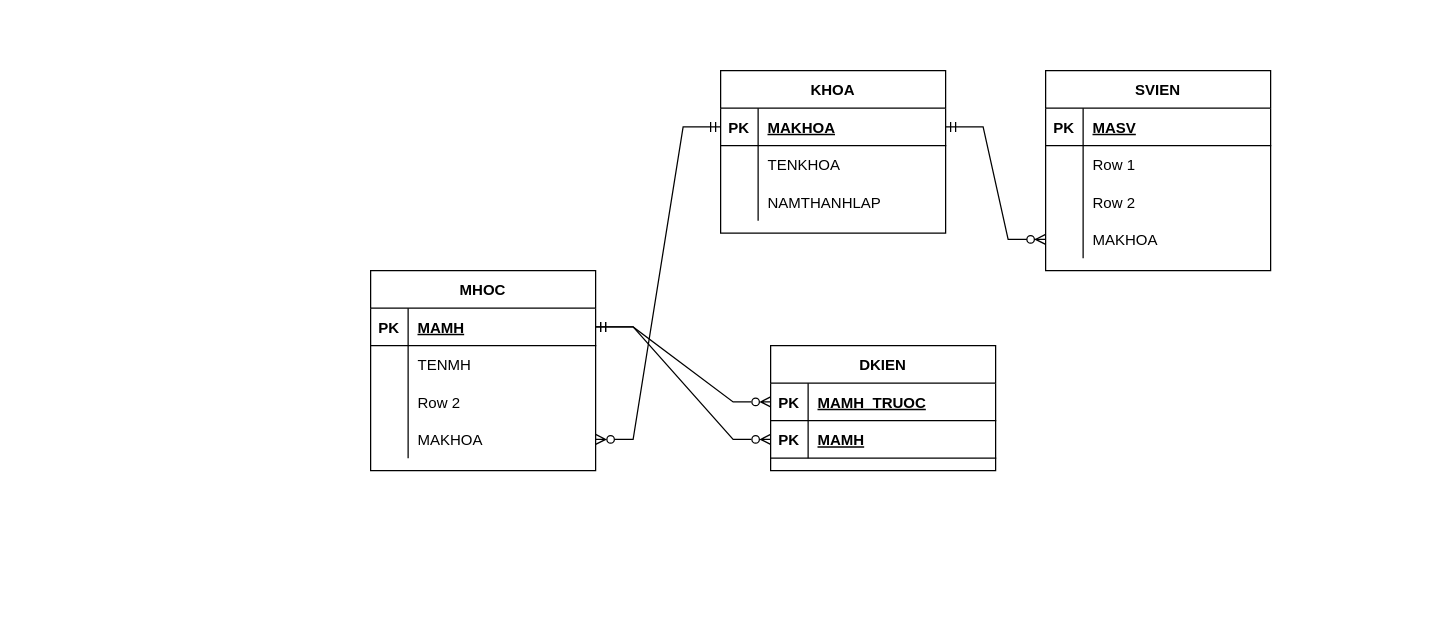
Above: Quản Lý Sinh VIên/QuanLySinhVien.drawio in TaQuangKhoi/He-quan-tri-Co-so-du-lieu (draw.io), before the change. Source tidied: cells renumbered, new cells numbered last; positions are measured from the earlier drawing's top-left corner, leaving out a move shared by most shapes. Both pictures are drawn from the tidied source at 125%, with x=0, y=0 at pixel (370, 70).
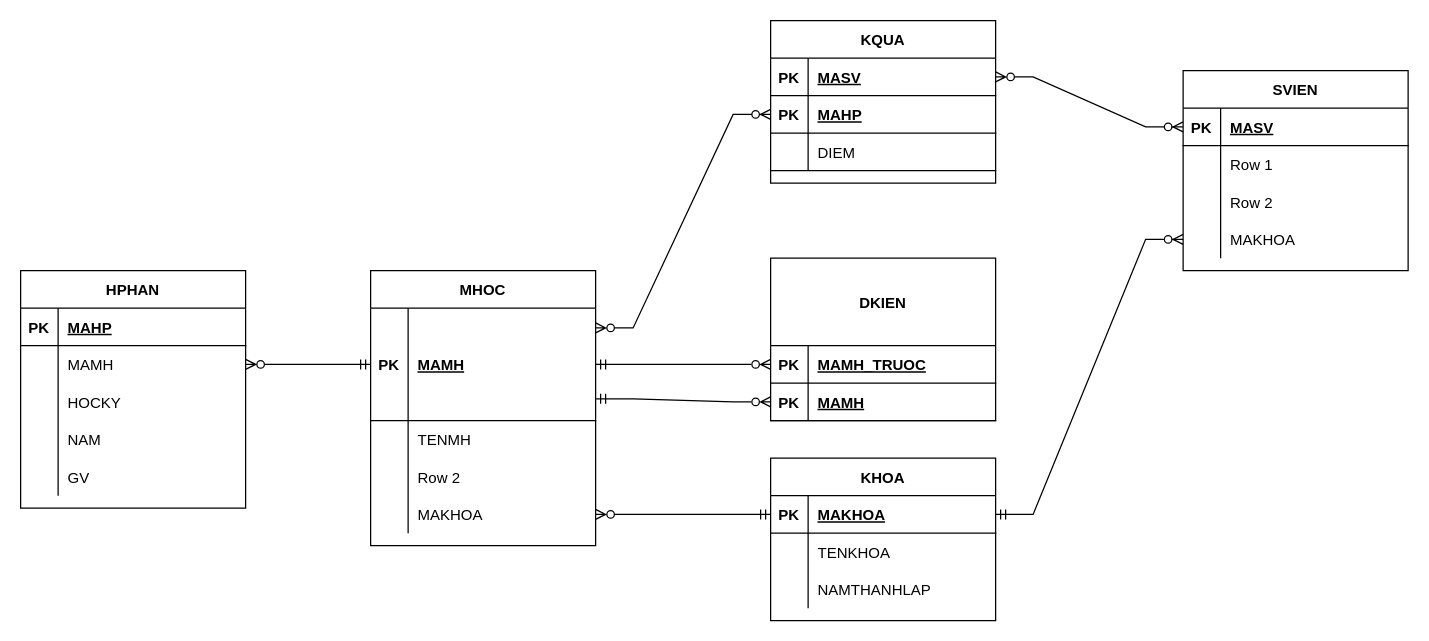
The same page after the edit.

Commit message:
Xong Diagram

The change refers to these unchanged cells:
```xml
<mxCell id="13" style="shape=tableRow;horizontal=0;startSize=0;swimlaneHead=0;swimlaneBody=0;fillColor=none;points=[[0,0.5],[1,0.5]];portConstraint=eastwest;top=0;left=0;right=0;bottom=1;" parent="12" vertex="1">
  <mxGeometry y="30" width="180" height="30" as="geometry" />
</mxCell>
```

Change to the diagram source:
```diff
@@
     <mxCell id="2" value="KHOA" style="shape=table;startSize=30;childLayout=tableLayout;rowLines=0;fontStyle=1;align=center;" parent="1" vertex="1">
-      <mxGeometry x="280" width="180" height="130" as="geometry" />
+      <mxGeometry x="320" y="310" width="180" height="130" as="geometry" />
     </mxCell>
@@
     <mxCell id="12" value="SVIEN" style="shape=table;startSize=30;childLayout=tableLayout;rowLines=0;fontStyle=1;align=center;" parent="1" vertex="1">
-      <mxGeometry x="540" width="180" height="160" as="geometry" />
+      <mxGeometry x="650" width="180" height="160" as="geometry" />
     </mxCell>
@@
     <mxCell id="26" value="MHOC" style="shape=table;startSize=30;childLayout=tableLayout;rowLines=0;fontStyle=1;align=center;" parent="1" vertex="1">
-      <mxGeometry y="160" width="180" height="160" as="geometry" />
+      <mxGeometry y="160" width="180" height="220" as="geometry" />
     </mxCell>
     <mxCell id="27" style="shape=tableRow;horizontal=0;startSize=0;swimlaneHead=0;swimlaneBody=0;fillColor=none;points=[[0,0.5],[1,0.5]];portConstraint=eastwest;top=0;left=0;right=0;bottom=1;" parent="26" vertex="1">
-      <mxGeometry y="30" width="180" height="30" as="geometry" />
+      <mxGeometry y="30" width="180" height="90" as="geometry" />
     </mxCell>
     <mxCell id="28" value="PK" style="shape=partialRectangle;fillColor=none;top=0;left=0;bottom=0;right=0;fontStyle=1;overflow=hidden;" parent="27" vertex="1">
-      <mxGeometry width="30" height="30" as="geometry" />
+      <mxGeometry width="30" height="90" as="geometry" />
     </mxCell>
     <mxCell id="29" value="MAMH" style="shape=partialRectangle;fillColor=none;top=0;left=0;bottom=0;right=0;align=left;spacingLeft=6;fontStyle=5;overflow=hidden;" parent="27" vertex="1">
-      <mxGeometry x="30" width="150" height="30" as="geometry" />
+      <mxGeometry x="30" width="150" height="90" as="geometry" />
     </mxCell>
     <mxCell id="30" style="shape=tableRow;horizontal=0;startSize=0;swimlaneHead=0;swimlaneBody=0;fillColor=none;top=0;left=0;right=0;bottom=0;" parent="26" vertex="1">
-      <mxGeometry y="60" width="180" height="30" as="geometry" />
+      <mxGeometry y="120" width="180" height="30" as="geometry" />
     </mxCell>
@@
     <mxCell id="33" style="shape=tableRow;horizontal=0;startSize=0;swimlaneHead=0;swimlaneBody=0;fillColor=none;top=0;left=0;right=0;bottom=0;" parent="26" vertex="1">
-      <mxGeometry y="90" width="180" height="30" as="geometry" />
+      <mxGeometry y="150" width="180" height="30" as="geometry" />
     </mxCell>
@@
     <mxCell id="36" style="shape=tableRow;horizontal=0;startSize=0;swimlaneHead=0;swimlaneBody=0;fillColor=none;points=[[0,0.5],[1,0.5]];portConstraint=eastwest;top=0;left=0;right=0;bottom=0;" parent="26" vertex="1">
-      <mxGeometry y="120" width="180" height="30" as="geometry" />
+      <mxGeometry y="180" width="180" height="30" as="geometry" />
     </mxCell>
@@
-    <mxCell id="40" value="DKIEN" style="shape=table;startSize=30;childLayout=tableLayout;rowLines=0;fontStyle=1;align=center;" parent="1" vertex="1">
-      <mxGeometry x="320" y="220" width="180" height="100" as="geometry" />
+    <mxCell id="40" value="DKIEN" style="shape=table;startSize=70;childLayout=tableLayout;rowLines=0;fontStyle=1;align=center;" parent="1" vertex="1">
+      <mxGeometry x="320" y="150" width="180" height="130" as="geometry" />
     </mxCell>
     <mxCell id="41" style="shape=tableRow;horizontal=0;startSize=0;swimlaneHead=0;swimlaneBody=0;fillColor=none;points=[[0,0.5],[1,0.5]];portConstraint=eastwest;top=0;left=0;right=0;bottom=1;" parent="40" vertex="1">
-      <mxGeometry y="30" width="180" height="30" as="geometry" />
+      <mxGeometry y="70" width="180" height="30" as="geometry" />
     </mxCell>
@@
     <mxCell id="44" style="shape=tableRow;horizontal=0;startSize=0;swimlaneHead=0;swimlaneBody=0;fillColor=none;points=[[0,0.5],[1,0.5]];portConstraint=eastwest;top=0;left=0;right=0;bottom=1;" parent="40" vertex="1">
-      <mxGeometry y="60" width="180" height="30" as="geometry" />
+      <mxGeometry y="100" width="180" height="30" as="geometry" />
     </mxCell>
@@
-    <mxCell id="48" style="edgeStyle=entityRelationEdgeStyle;fontSize=12;html=1;endArrow=ERzeroToMany;endFill=0;rounded=0;startArrow=ERmandOne;startFill=0;" parent="1" edge="1" source="27" target="44">
+    <mxCell id="48" style="edgeStyle=entityRelationEdgeStyle;fontSize=12;html=1;endArrow=ERzeroToMany;endFill=0;rounded=0;startArrow=ERmandOne;startFill=0;exitX=1;exitY=0.806;exitDx=0;exitDy=0;exitPerimeter=0;" parent="1" edge="1" source="27" target="44">
       <mxGeometry relative="1" as="geometry" />
     </mxCell>
+    <mxCell id="49" value="HPHAN" style="shape=table;startSize=30;childLayout=tableLayout;rowLines=0;fontStyle=1;align=center;" parent="1" vertex="1">
+      <mxGeometry x="-280" y="160" width="180" height="190" as="geometry" />
+    </mxCell>
+    <mxCell id="50" style="shape=tableRow;horizontal=0;startSize=0;swimlaneHead=0;swimlaneBody=0;fillColor=none;top=0;left=0;right=0;bottom=1;" parent="49" vertex="1">
+      <mxGeometry y="30" width="180" height="30" as="geometry" />
+    </mxCell>
+    <mxCell id="51" value="PK" style="shape=partialRectangle;fillColor=none;top=0;left=0;bottom=0;right=0;fontStyle=1;overflow=hidden;" parent="50" vertex="1">
+      <mxGeometry width="30" height="30" as="geometry" />
+    </mxCell>
+    <mxCell id="52" value="MAHP" style="shape=partialRectangle;fillColor=none;top=0;left=0;bottom=0;right=0;align=left;spacingLeft=6;fontStyle=5;overflow=hidden;" parent="50" vertex="1">
+      <mxGeometry x="30" width="150" height="30" as="geometry" />
+    </mxCell>
+    <mxCell id="53" style="shape=tableRow;horizontal=0;startSize=0;swimlaneHead=0;swimlaneBody=0;fillColor=none;points=[[0,0.5],[1,0.5]];portConstraint=eastwest;top=0;left=0;right=0;bottom=0;" parent="49" vertex="1">
+      <mxGeometry y="60" width="180" height="30" as="geometry" />
+    </mxCell>
+    <mxCell id="54" style="shape=partialRectangle;fillColor=none;top=0;left=0;bottom=0;right=0;overflow=hidden;" parent="53" vertex="1">
+      <mxGeometry width="30" height="30" as="geometry" />
+    </mxCell>
+    <mxCell id="55" value="MAMH" style="shape=partialRectangle;fillColor=none;top=0;left=0;bottom=0;right=0;align=left;spacingLeft=6;overflow=hidden;" parent="53" vertex="1">
+      <mxGeometry x="30" width="150" height="30" as="geometry" />
+    </mxCell>
+    <mxCell id="56" style="shape=tableRow;horizontal=0;startSize=0;swimlaneHead=0;swimlaneBody=0;fillColor=none;top=0;left=0;right=0;bottom=0;" parent="49" vertex="1">
+      <mxGeometry y="90" width="180" height="30" as="geometry" />
+    </mxCell>
+    <mxCell id="57" style="shape=partialRectangle;fillColor=none;top=0;left=0;bottom=0;right=0;overflow=hidden;" parent="56" vertex="1">
+      <mxGeometry width="30" height="30" as="geometry" />
+    </mxCell>
+    <mxCell id="58" value="HOCKY" style="shape=partialRectangle;fillColor=none;top=0;left=0;bottom=0;right=0;align=left;spacingLeft=6;overflow=hidden;" parent="56" vertex="1">
+      <mxGeometry x="30" width="150" height="30" as="geometry" />
+    </mxCell>
+    <mxCell id="59" style="shape=tableRow;horizontal=0;startSize=0;swimlaneHead=0;swimlaneBody=0;fillColor=none;top=0;left=0;right=0;bottom=0;" parent="49" vertex="1">
+      <mxGeometry y="120" width="180" height="30" as="geometry" />
+    </mxCell>
+    <mxCell id="60" style="shape=partialRectangle;fillColor=none;top=0;left=0;bottom=0;right=0;overflow=hidden;" parent="59" vertex="1">
+      <mxGeometry width="30" height="30" as="geometry" />
+    </mxCell>
+    <mxCell id="61" value="NAM" style="shape=partialRectangle;fillColor=none;top=0;left=0;bottom=0;right=0;align=left;spacingLeft=6;overflow=hidden;" parent="59" vertex="1">
+      <mxGeometry x="30" width="150" height="30" as="geometry" />
+    </mxCell>
+    <mxCell id="62" style="shape=tableRow;horizontal=0;startSize=0;swimlaneHead=0;swimlaneBody=0;fillColor=none;top=0;left=0;right=0;bottom=0;" parent="49" vertex="1">
+      <mxGeometry y="150" width="180" height="30" as="geometry" />
+    </mxCell>
+    <mxCell id="63" style="shape=partialRectangle;fillColor=none;top=0;left=0;bottom=0;right=0;overflow=hidden;" parent="62" vertex="1">
+      <mxGeometry width="30" height="30" as="geometry" />
+    </mxCell>
+    <mxCell id="64" value="GV" style="shape=partialRectangle;fillColor=none;top=0;left=0;bottom=0;right=0;align=left;spacingLeft=6;overflow=hidden;" parent="62" vertex="1">
+      <mxGeometry x="30" width="150" height="30" as="geometry" />
+    </mxCell>
+    <mxCell id="65" style="edgeStyle=entityRelationEdgeStyle;fontSize=12;html=1;endArrow=ERmandOne;endFill=0;rounded=0;startArrow=ERzeroToMany;startFill=0;" parent="1" edge="1" source="53" target="27">
+      <mxGeometry relative="1" as="geometry" />
+    </mxCell>
+    <mxCell id="66" value="KQUA" style="shape=table;startSize=30;childLayout=tableLayout;rowLines=0;fontStyle=1;align=center;" parent="1" vertex="1">
+      <mxGeometry x="320" y="-40" width="180" height="130" as="geometry" />
+    </mxCell>
+    <mxCell id="67" style="shape=tableRow;horizontal=0;startSize=0;swimlaneHead=0;swimlaneBody=0;fillColor=none;points=[[0,0.5],[1,0.5]];portConstraint=eastwest;top=0;left=0;right=0;bottom=1;" parent="66" vertex="1">
+      <mxGeometry y="30" width="180" height="30" as="geometry" />
+    </mxCell>
+    <mxCell id="68" value="PK" style="shape=partialRectangle;fillColor=none;top=0;left=0;bottom=0;right=0;fontStyle=1;overflow=hidden;" parent="67" vertex="1">
+      <mxGeometry width="30" height="30" as="geometry" />
+    </mxCell>
+    <mxCell id="69" value="MASV" style="shape=partialRectangle;fillColor=none;top=0;left=0;bottom=0;right=0;align=left;spacingLeft=6;fontStyle=5;overflow=hidden;" parent="67" vertex="1">
+      <mxGeometry x="30" width="150" height="30" as="geometry" />
+    </mxCell>
+    <mxCell id="70" style="shape=tableRow;horizontal=0;startSize=0;swimlaneHead=0;swimlaneBody=0;fillColor=none;points=[[0,0.5],[1,0.5]];portConstraint=eastwest;top=0;left=0;right=0;bottom=1;" parent="66" vertex="1">
+      <mxGeometry y="60" width="180" height="30" as="geometry" />
+    </mxCell>
+    <mxCell id="71" value="PK" style="shape=partialRectangle;fillColor=none;top=0;left=0;bottom=0;right=0;fontStyle=1;overflow=hidden;" parent="70" vertex="1">
+      <mxGeometry width="30" height="30" as="geometry" />
+    </mxCell>
+    <mxCell id="72" value="MAHP" style="shape=partialRectangle;fillColor=none;top=0;left=0;bottom=0;right=0;align=left;spacingLeft=6;fontStyle=5;overflow=hidden;" parent="70" vertex="1">
+      <mxGeometry x="30" width="150" height="30" as="geometry" />
+    </mxCell>
+    <mxCell id="73" style="shape=tableRow;horizontal=0;startSize=0;swimlaneHead=0;swimlaneBody=0;fillColor=none;top=0;left=0;right=0;bottom=1;swimlaneLine=1;" parent="66" vertex="1">
+      <mxGeometry y="90" width="180" height="30" as="geometry" />
+    </mxCell>
+    <mxCell id="74" style="shape=partialRectangle;fillColor=none;top=0;left=0;bottom=0;right=0;fontStyle=1;overflow=hidden;" parent="73" vertex="1">
+      <mxGeometry width="30" height="30" as="geometry" />
+    </mxCell>
+    <mxCell id="75" value="DIEM" style="shape=partialRectangle;fillColor=none;top=0;left=0;bottom=0;right=0;align=left;spacingLeft=6;fontStyle=0;overflow=hidden;" parent="73" vertex="1">
+      <mxGeometry x="30" width="150" height="30" as="geometry" />
+    </mxCell>
+    <mxCell id="76" style="edgeStyle=entityRelationEdgeStyle;fontSize=12;html=1;endArrow=ERzeroToMany;endFill=1;rounded=0;startArrow=ERzeroToMany;startFill=0;" parent="1" edge="1" source="67" target="13">
+      <mxGeometry relative="1" as="geometry" />
+    </mxCell>
+    <mxCell id="77" style="edgeStyle=entityRelationEdgeStyle;fontSize=12;html=1;endArrow=ERzeroToMany;endFill=1;rounded=0;startArrow=ERzeroToMany;startFill=0;exitX=1;exitY=0.176;exitDx=0;exitDy=0;exitPerimeter=0;" parent="1" edge="1" source="27" target="70">
+      <mxGeometry relative="1" as="geometry" />
+    </mxCell>
```
